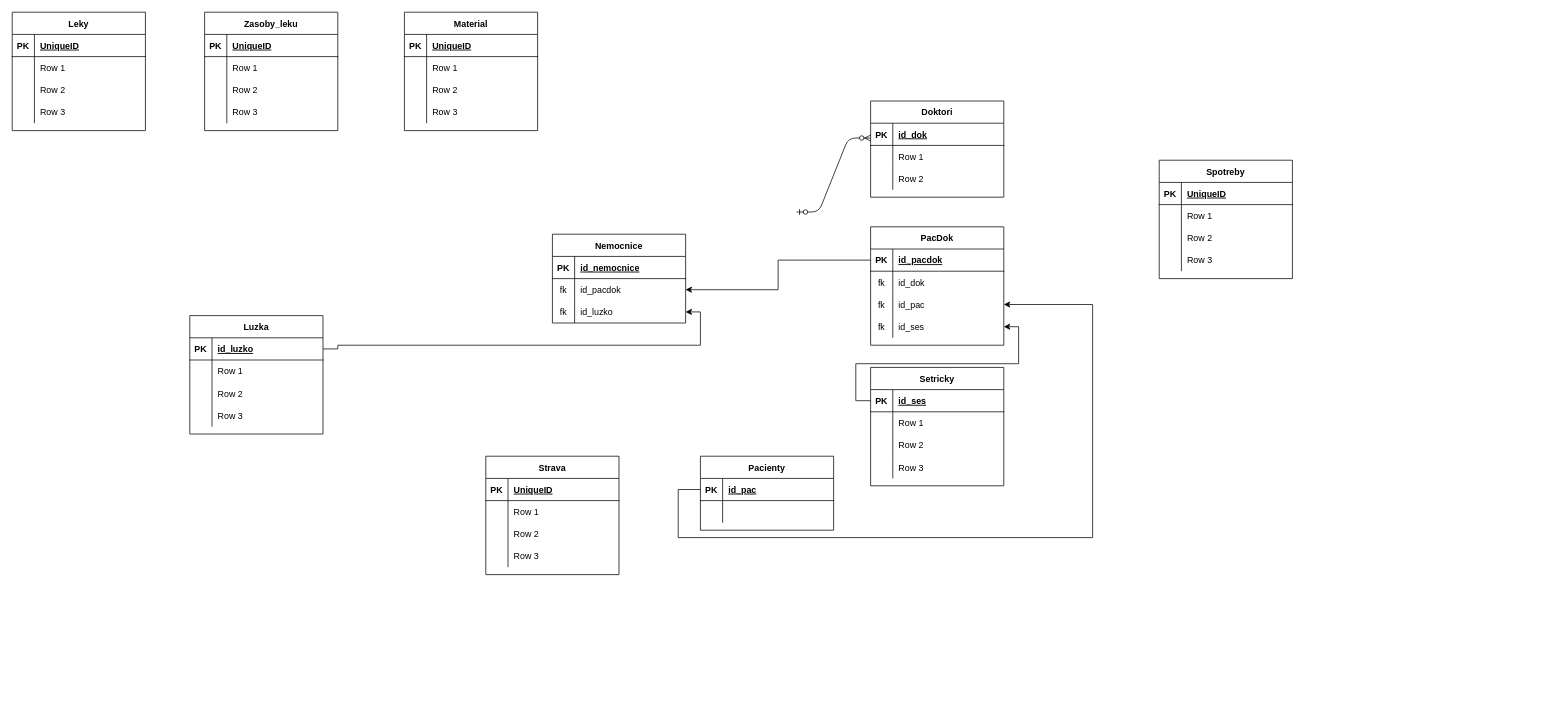
This is navrh.drawio from skrivanroman/Nemocnice_DB, a draw.io file, before an edit. Source tidied: cells renumbered, new cells numbered last; positions are measured from the earlier drawing's top-left corner, leaving out a move shared by most shapes. Both pictures are drawn from the tidied source at 74%, with x=0, y=0 at pixel (12, 12).
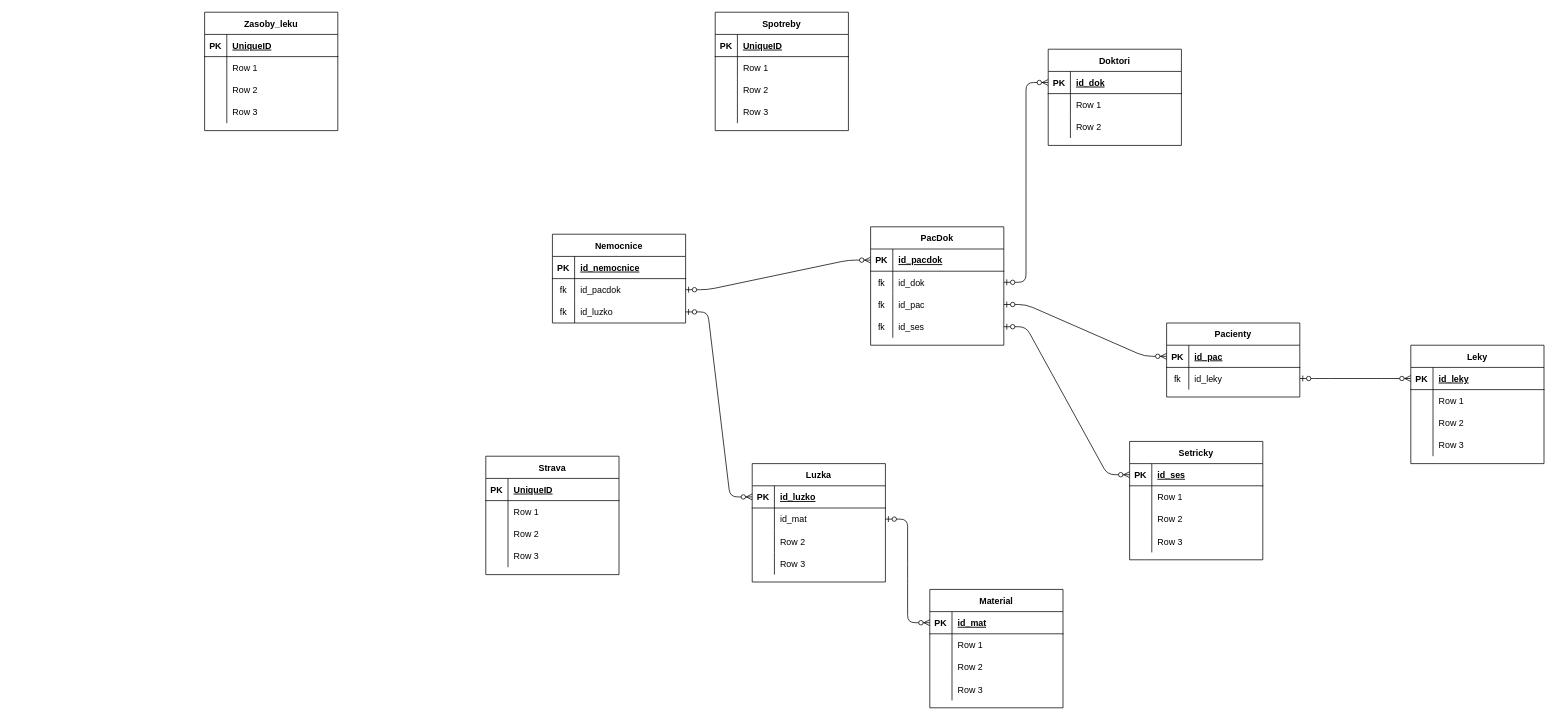
After the change.

Commit message (it also covers changes not shown here):
navrh tabulek

Unchanged cells that the change refers to:
```xml
<mxCell id="6" style="shape=partialRectangle;fillColor=none;top=0;left=0;bottom=0;right=0;points=[[0,0.5],[1,0.5]];portConstraint=eastwest;" parent="2" vertex="1">
  <mxGeometry y="60" width="180" height="30" as="geometry" />
</mxCell>
<mxCell id="9" style="shape=partialRectangle;fillColor=none;top=0;left=0;bottom=0;right=0;points=[[0,0.5],[1,0.5]];portConstraint=eastwest;" parent="2" vertex="1">
  <mxGeometry y="90" width="180" height="30" as="geometry" />
</mxCell>
<mxCell id="13" style="shape=partialRectangle;fillColor=none;top=0;left=0;bottom=1;right=0;points=[[0,0.5],[1,0.5]];portConstraint=eastwest;" parent="12" vertex="1">
  <mxGeometry y="30" width="180" height="30" as="geometry" />
</mxCell>
<mxCell id="16" style="shape=partialRectangle;fillColor=none;top=0;left=0;bottom=0;right=0;points=[[0,0.5],[1,0.5]];portConstraint=eastwest;" parent="12" vertex="1">
  <mxGeometry y="60" width="180" height="30" as="geometry" />
</mxCell>
<mxCell id="20" style="shape=partialRectangle;fillColor=none;top=0;left=0;bottom=1;right=0;points=[[0,0.5],[1,0.5]];portConstraint=eastwest;" parent="19" vertex="1">
  <mxGeometry y="30" width="180" height="30" as="geometry" />
</mxCell>
<mxCell id="30" style="shape=partialRectangle;fillColor=none;top=0;left=0;bottom=1;right=0;points=[[0,0.5],[1,0.5]];portConstraint=eastwest;" parent="29" vertex="1">
  <mxGeometry y="30" width="180" height="30" as="geometry" />
</mxCell>
<mxCell id="56" style="shape=partialRectangle;fillColor=none;top=0;left=0;bottom=1;right=0;points=[[0,0.5],[1,0.5]];portConstraint=eastwest;" parent="55" vertex="1">
  <mxGeometry y="30" width="180" height="30" as="geometry" />
</mxCell>
<mxCell id="59" style="shape=partialRectangle;fillColor=none;top=0;left=0;bottom=0;right=0;points=[[0,0.5],[1,0.5]];portConstraint=eastwest;" parent="55" vertex="1">
  <mxGeometry y="60" width="180" height="30" as="geometry" />
</mxCell>
<mxCell id="62" style="shape=partialRectangle;fillColor=none;top=0;left=0;bottom=0;right=0;points=[[0,0.5],[1,0.5]];portConstraint=eastwest;" parent="55" vertex="1">
  <mxGeometry y="90" width="180" height="30" as="geometry" />
</mxCell>
<mxCell id="65" style="shape=partialRectangle;fillColor=none;top=0;left=0;bottom=0;right=0;points=[[0,0.5],[1,0.5]];portConstraint=eastwest;" parent="55" vertex="1">
  <mxGeometry y="120" width="180" height="30" as="geometry" />
</mxCell>
<mxCell id="69" style="shape=partialRectangle;fillColor=none;top=0;left=0;bottom=1;right=0;points=[[0,0.5],[1,0.5]];portConstraint=eastwest;" parent="68" vertex="1">
  <mxGeometry y="30" width="180" height="30" as="geometry" />
</mxCell>
<mxCell id="72" style="shape=partialRectangle;fillColor=none;top=0;left=0;bottom=0;right=0;points=[[0,0.5],[1,0.5]];portConstraint=eastwest;" parent="68" vertex="1">
  <mxGeometry y="60" width="180" height="30" as="geometry" />
</mxCell>
<mxCell id="82" style="shape=partialRectangle;fillColor=none;top=0;left=0;bottom=1;right=0;points=[[0,0.5],[1,0.5]];portConstraint=eastwest;" parent="81" vertex="1">
  <mxGeometry y="30" width="180" height="30" as="geometry" />
</mxCell>
<mxCell id="95" style="shape=partialRectangle;fillColor=none;top=0;left=0;bottom=1;right=0;points=[[0,0.5],[1,0.5]];portConstraint=eastwest;" parent="94" vertex="1">
  <mxGeometry y="30" width="180" height="30" as="geometry" />
</mxCell>
```

The edit, as a diff of the source:
```diff
@@
     <mxCell id="12" value="Pacienty" style="shape=table;startSize=30;childLayout=tableLayout;rowLines=0;fontStyle=1;align=center;" parent="1" vertex="1">
-      <mxGeometry x="930" y="600" width="180" height="100" as="geometry" />
+      <mxGeometry x="1560" y="420" width="180" height="100" as="geometry" />
     </mxCell>
@@
-    <mxCell id="17" style="shape=partialRectangle;fillColor=none;top=0;left=0;bottom=0;right=0;overflow=hidden;" parent="16" vertex="1">
+    <mxCell id="17" value="fk" style="shape=partialRectangle;fillColor=none;top=0;left=0;bottom=0;right=0;overflow=hidden;" parent="16" vertex="1">
       <mxGeometry width="30" height="30" as="geometry" />
     </mxCell>
-    <mxCell id="18" style="shape=partialRectangle;fillColor=none;top=0;left=0;bottom=0;right=0;align=left;spacingLeft=6;overflow=hidden;" parent="16" vertex="1">
+    <mxCell id="18" value="id_leky" style="shape=partialRectangle;fillColor=none;top=0;left=0;bottom=0;right=0;align=left;spacingLeft=6;overflow=hidden;" parent="16" vertex="1">
       <mxGeometry x="30" width="150" height="30" as="geometry" />
     </mxCell>
     <mxCell id="19" value="Doktori" style="shape=table;startSize=30;childLayout=tableLayout;rowLines=0;fontStyle=1;align=center;" parent="1" vertex="1">
-      <mxGeometry x="1160" y="120" width="180" height="130" as="geometry" />
+      <mxGeometry x="1400" y="50" width="180" height="130" as="geometry" />
     </mxCell>
@@
     <mxCell id="29" value="Setricky" style="shape=table;startSize=30;childLayout=tableLayout;rowLines=0;fontStyle=1;align=center;" parent="1" vertex="1">
-      <mxGeometry x="1160" y="480" width="180" height="160" as="geometry" />
+      <mxGeometry x="1510" y="580" width="180" height="160" as="geometry" />
     </mxCell>
@@
     <mxCell id="68" value="Luzka" style="shape=table;startSize=30;childLayout=tableLayout;rowLines=0;fontStyle=1;align=center;" parent="1" vertex="1">
-      <mxGeometry x="240" y="410" width="180" height="160" as="geometry" />
+      <mxGeometry x="1000" y="610" width="180" height="160" as="geometry" />
     </mxCell>
@@
-    <mxCell id="74" value="Row 1" style="shape=partialRectangle;fillColor=none;top=0;left=0;bottom=0;right=0;align=left;spacingLeft=6;overflow=hidden;" parent="72" vertex="1">
+    <mxCell id="74" value="id_mat" style="shape=partialRectangle;fillColor=none;top=0;left=0;bottom=0;right=0;align=left;spacingLeft=6;overflow=hidden;" parent="72" vertex="1">
       <mxGeometry x="30" width="150" height="30" as="geometry" />
     </mxCell>
@@
     <mxCell id="81" value="Material" style="shape=table;startSize=30;childLayout=tableLayout;rowLines=0;fontStyle=1;align=center;" parent="1" vertex="1">
-      <mxGeometry x="530" width="180" height="160" as="geometry" />
+      <mxGeometry x="1240" y="780" width="180" height="160" as="geometry" />
     </mxCell>
@@
-    <mxCell id="84" value="UniqueID" style="shape=partialRectangle;fillColor=none;top=0;left=0;bottom=0;right=0;align=left;spacingLeft=6;fontStyle=5;overflow=hidden;" parent="82" vertex="1">
+    <mxCell id="84" value="id_mat" style="shape=partialRectangle;fillColor=none;top=0;left=0;bottom=0;right=0;align=left;spacingLeft=6;fontStyle=5;overflow=hidden;" parent="82" vertex="1">
       <mxGeometry x="30" width="150" height="30" as="geometry" />
     </mxCell>
@@
     <mxCell id="94" value="Leky" style="shape=table;startSize=30;childLayout=tableLayout;rowLines=0;fontStyle=1;align=center;" parent="1" vertex="1">
-      <mxGeometry width="180" height="160" as="geometry" />
+      <mxGeometry x="1890" y="450" width="180" height="160" as="geometry" />
     </mxCell>
@@
-    <mxCell id="97" value="UniqueID" style="shape=partialRectangle;fillColor=none;top=0;left=0;bottom=0;right=0;align=left;spacingLeft=6;fontStyle=5;overflow=hidden;" parent="95" vertex="1">
+    <mxCell id="97" value="id_leky" style="shape=partialRectangle;fillColor=none;top=0;left=0;bottom=0;right=0;align=left;spacingLeft=6;fontStyle=5;overflow=hidden;" parent="95" vertex="1">
       <mxGeometry x="30" width="150" height="30" as="geometry" />
     </mxCell>
@@
     <mxCell id="107" value="Spotreby" style="shape=table;startSize=30;childLayout=tableLayout;rowLines=0;fontStyle=1;align=center;" parent="1" vertex="1">
-      <mxGeometry x="1550" y="200" width="180" height="160" as="geometry" />
+      <mxGeometry x="950" width="180" height="160" as="geometry" />
     </mxCell>
@@
-    <mxCell id="133" style="edgeStyle=orthogonalEdgeStyle;rounded=0;jettySize=auto;html=1;" parent="1" edge="1" source="30" target="65">
-      <mxGeometry relative="1" as="geometry" />
-    </mxCell>
-    <mxCell id="134" style="edgeStyle=orthogonalEdgeStyle;rounded=0;jettySize=auto;html=1;exitX=0;exitY=0.5;exitDx=0;exitDy=0;entryX=1;entryY=0.5;entryDx=0;entryDy=0;" parent="1" edge="1" source="13" target="62">
-      <mxGeometry relative="1" as="geometry">
-        <Array as="points">
-          <mxPoint x="900" y="645" />
-          <mxPoint x="900" y="710" />
-          <mxPoint x="1460" y="710" />
-          <mxPoint x="1460" y="395" />
-        </Array>
-      </mxGeometry>
-    </mxCell>
-    <mxCell id="135" style="edgeStyle=orthogonalEdgeStyle;rounded=0;jettySize=auto;html=1;entryX=1;entryY=0.5;entryDx=0;entryDy=0;" parent="1" edge="1" source="56" target="6">
-      <mxGeometry relative="1" as="geometry" />
-    </mxCell>
-    <mxCell id="136" style="edgeStyle=orthogonalEdgeStyle;rounded=0;jettySize=auto;html=1;exitX=1;exitY=0.5;exitDx=0;exitDy=0;entryX=1;entryY=0.5;entryDx=0;entryDy=0;" parent="1" edge="1" source="69" target="9">
-      <mxGeometry relative="1" as="geometry">
-        <Array as="points">
-          <mxPoint x="440" y="450" />
-          <mxPoint x="930" y="450" />
-          <mxPoint x="930" y="405" />
-        </Array>
-      </mxGeometry>
-    </mxCell>
-    <mxCell id="137" style="edgeStyle=entityRelationEdgeStyle;fontSize=12;html=1;endArrow=ERzeroToMany;startArrow=ERzeroToOne;" parent="1" edge="1">
-      <mxGeometry relative="1" as="geometry">
-        <mxPoint x="1060" y="270" as="sourcePoint" />
-        <mxPoint x="1160" y="170" as="targetPoint" />
-      </mxGeometry>
+    <mxCell id="137" style="edgeStyle=entityRelationEdgeStyle;fontSize=12;html=1;endArrow=ERzeroToMany;startArrow=ERzeroToOne;exitX=1;exitY=0.5;exitDx=0;exitDy=0;entryX=0;entryY=0.5;entryDx=0;entryDy=0;" parent="1" edge="1" source="59" target="20">
+      <mxGeometry relative="1" as="geometry" />
     </mxCell>
+    <mxCell id="138" style="edgeStyle=entityRelationEdgeStyle;fontSize=12;html=1;endArrow=ERzeroToMany;startArrow=ERzeroToOne;entryX=0;entryY=0.5;entryDx=0;entryDy=0;exitX=1;exitY=0.5;exitDx=0;exitDy=0;" parent="1" edge="1" source="65" target="30">
+      <mxGeometry relative="1" as="geometry" />
+    </mxCell>
+    <mxCell id="139" style="edgeStyle=entityRelationEdgeStyle;fontSize=12;html=1;endArrow=ERzeroToMany;startArrow=ERzeroToOne;entryX=0;entryY=0.5;entryDx=0;entryDy=0;exitX=1;exitY=0.5;exitDx=0;exitDy=0;" parent="1" edge="1" source="62" target="13">
+      <mxGeometry relative="1" as="geometry" />
+    </mxCell>
+    <mxCell id="140" style="edgeStyle=entityRelationEdgeStyle;fontSize=12;html=1;endArrow=ERzeroToMany;startArrow=ERzeroToOne;entryX=0;entryY=0.5;entryDx=0;entryDy=0;exitX=1;exitY=0.5;exitDx=0;exitDy=0;" parent="1" edge="1" source="6" target="56">
+      <mxGeometry relative="1" as="geometry" />
+    </mxCell>
+    <mxCell id="141" style="edgeStyle=entityRelationEdgeStyle;fontSize=12;html=1;endArrow=ERzeroToMany;startArrow=ERzeroToOne;entryX=0;entryY=0.5;entryDx=0;entryDy=0;exitX=1;exitY=0.5;exitDx=0;exitDy=0;" parent="1" edge="1" source="9" target="69">
+      <mxGeometry relative="1" as="geometry" />
+    </mxCell>
+    <mxCell id="142" style="edgeStyle=entityRelationEdgeStyle;fontSize=12;html=1;endArrow=ERzeroToMany;startArrow=ERzeroToOne;entryX=0;entryY=0.5;entryDx=0;entryDy=0;exitX=1;exitY=0.5;exitDx=0;exitDy=0;" parent="1" edge="1" source="16" target="95">
+      <mxGeometry relative="1" as="geometry" />
+    </mxCell>
+    <mxCell id="143" style="edgeStyle=entityRelationEdgeStyle;fontSize=12;html=1;endArrow=ERzeroToMany;startArrow=ERzeroToOne;exitX=1;exitY=0.5;exitDx=0;exitDy=0;entryX=0;entryY=0.5;entryDx=0;entryDy=0;" parent="1" edge="1" source="72" target="82">
+      <mxGeometry relative="1" as="geometry" />
+    </mxCell>
```
